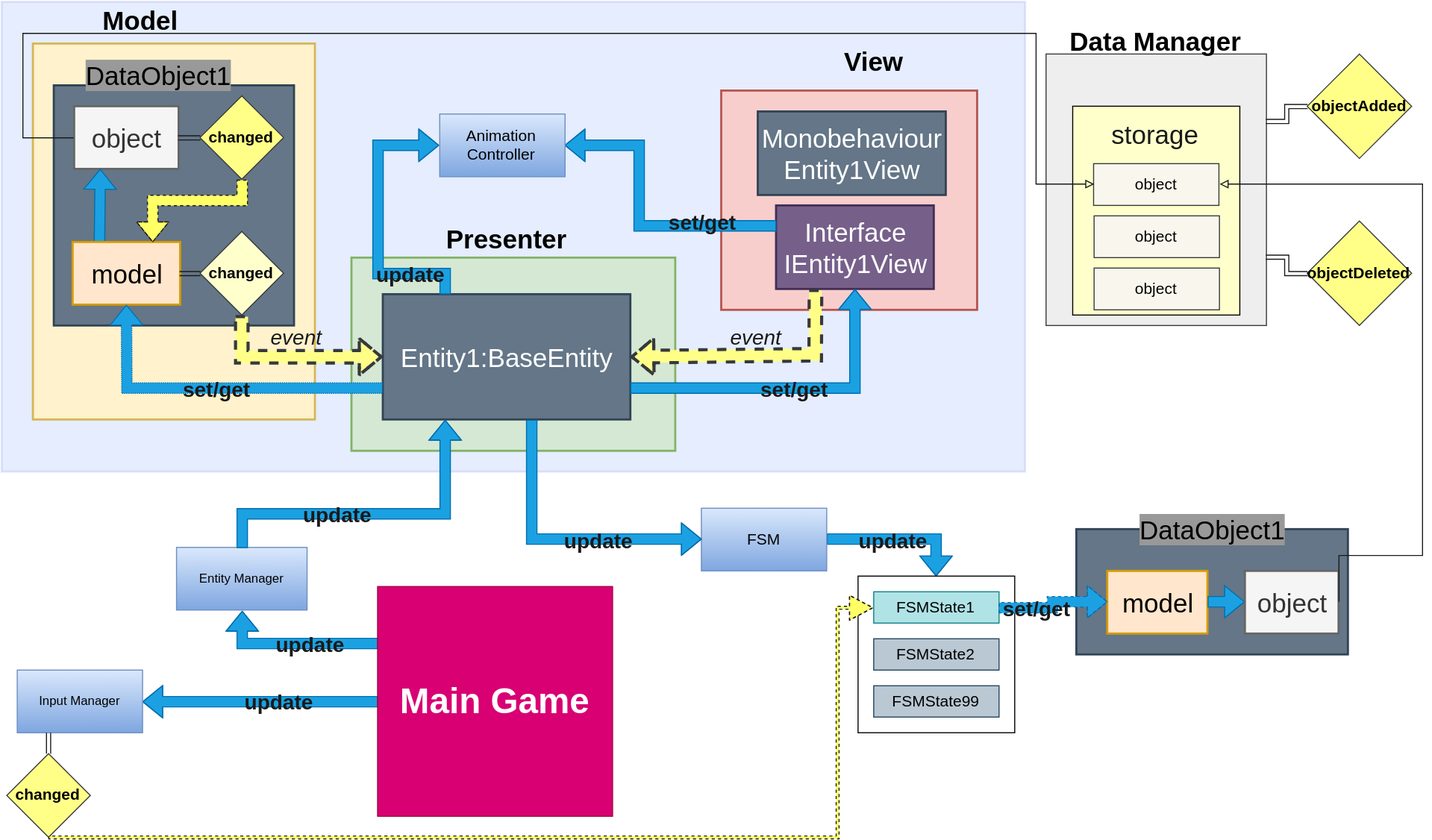
nakoff/3dRpg keeps this draw.io diagram as project_diagram.svg. Above is the earlier version. Source tidied: cells renumbered, new cells last; positions are measured from the earlier drawing's top-left corner, leaving out a move shared by most shapes.
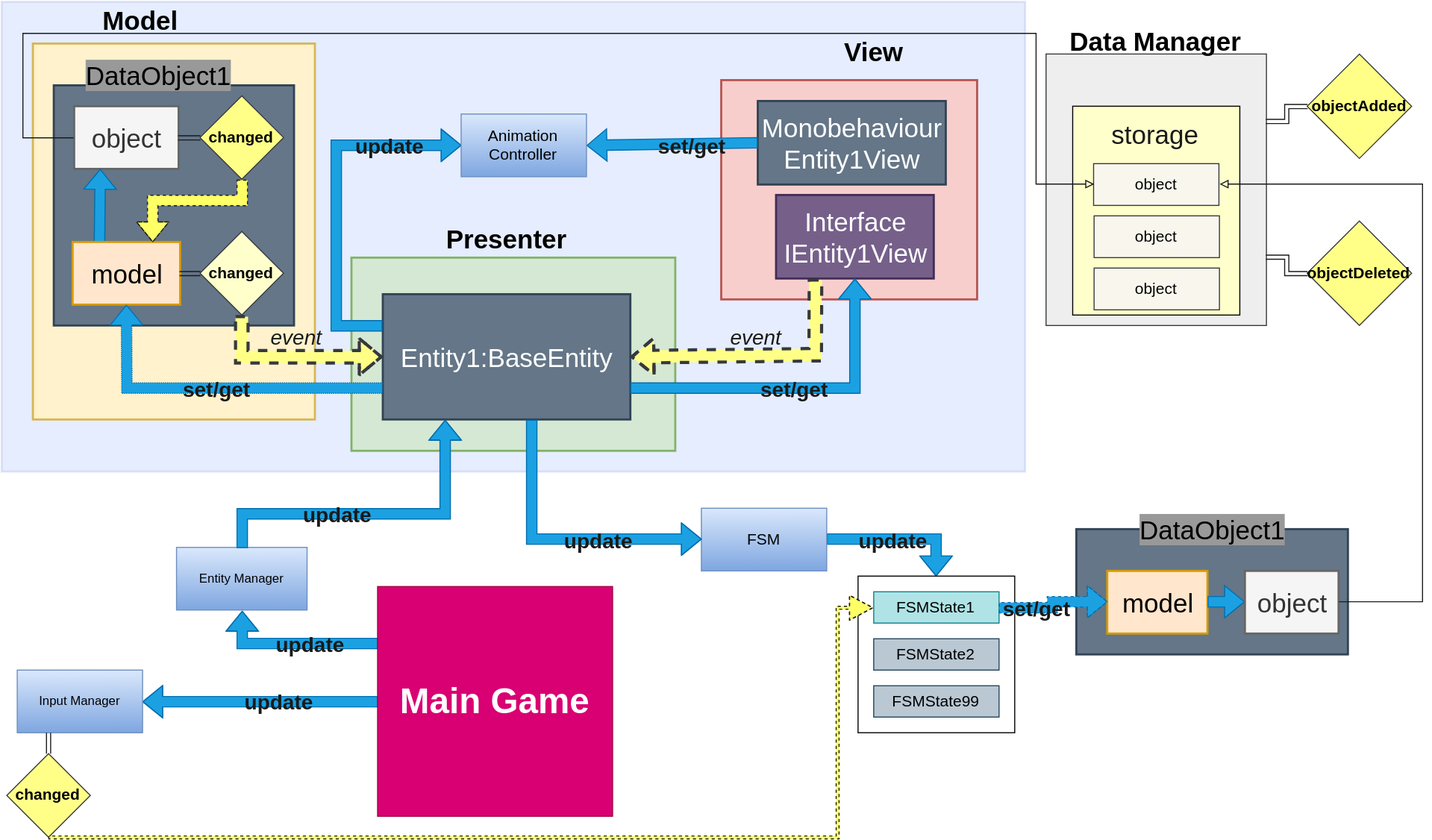
The same diagram one commit later.

The edit, as a diff of the source:
```diff
@@ -130,7 +130,7 @@
       <mxGeometry relative="1" as="geometry" />
     </mxCell>
     <mxCell id="39" style="group;" parent="1" vertex="1">
-      <mxGeometry x="689" y="40" width="245" height="255" as="geometry" />
+      <mxGeometry x="689" y="30" width="245" height="255" as="geometry" />
     </mxCell>
     <mxCell id="40" style="rounded=0;whiteSpace=wrap;html=1;labelBackgroundColor=none;strokeColor=#b85450;strokeWidth=2;fillColor=#f8cecc;fontSize=25;" parent="39" vertex="1">
       <mxGeometry y="45" width="245" height="210" as="geometry" />
@@ -235,7 +235,7 @@
     <mxCell id="68" style="edgeStyle=orthogonalEdgeStyle;rounded=0;jettySize=auto;html=1;exitX=1;exitY=0.5;exitDx=0;exitDy=0;entryX=1;entryY=0.5;entryDx=0;entryDy=0;startArrow=none;startFill=0;endArrow=block;endFill=0;strokeColor=#1A1A1A;strokeWidth=1;fillColor=#FFFF66;gradientColor=none;fontSize=25;fontColor=#1A1A1A;" parent="1" edge="1" source="56" target="30">
       <mxGeometry relative="1" as="geometry">
         <Array as="points">
-          <mxPoint x="1360" y="530" />
+          <mxPoint x="1360" y="575" />
           <mxPoint x="1360" y="175" />
         </Array>
       </mxGeometry>
@@ -278,12 +278,11 @@
         <mxPoint x="41" as="offset" />
       </mxGeometry>
     </mxCell>
-    <mxCell id="75" style="edgeStyle=orthogonalEdgeStyle;shape=flexArrow;rounded=0;jettySize=auto;html=1;exitX=0.25;exitY=0;exitDx=0;exitDy=0;entryX=0;entryY=0.5;entryDx=0;entryDy=0;startArrow=none;startFill=0;endArrow=block;endFill=0;strokeColor=#006EAF;fillColor=#1ba1e2;fontSize=15;fontColor=#1A1A1A;" parent="1" edge="1" source="61" target="86">
+    <mxCell id="75" style="edgeStyle=orthogonalEdgeStyle;shape=flexArrow;rounded=0;jettySize=auto;html=1;exitX=0;exitY=0.25;exitDx=0;exitDy=0;entryX=0;entryY=0.5;entryDx=0;entryDy=0;startArrow=none;startFill=0;endArrow=block;endFill=0;strokeColor=#006EAF;fillColor=#1ba1e2;fontSize=15;fontColor=#1A1A1A;" parent="1" edge="1" source="61" target="86">
       <mxGeometry relative="1" as="geometry">
         <Array as="points">
-          <mxPoint x="424" y="260" />
-          <mxPoint x="360" y="260" />
-          <mxPoint x="360" y="138" />
+          <mxPoint x="320" y="310" />
+          <mxPoint x="320" y="137" />
         </Array>
       </mxGeometry>
     </mxCell>
@@ -314,20 +313,15 @@
       </mxGeometry>
     </mxCell>
     <mxCell id="81" value="update" style="text;html=1;align=center;verticalAlign=middle;labelBackgroundColor=none;fontSize=20;fontColor=#1A1A1A;fontStyle=1;" parent="1" vertex="1">
-      <mxGeometry x="350" y="260" as="geometry">
+      <mxGeometry x="330" y="137.5" as="geometry">
         <mxPoint x="41" as="offset" />
       </mxGeometry>
     </mxCell>
-    <mxCell id="82" style="edgeStyle=orthogonalEdgeStyle;rounded=0;jettySize=auto;html=1;exitX=0;exitY=0.25;exitDx=0;exitDy=0;entryX=1;entryY=0.5;entryDx=0;entryDy=0;shape=flexArrow;fillColor=#1ba1e2;strokeColor=#006EAF;" parent="1" edge="1" source="42" target="86">
-      <mxGeometry relative="1" as="geometry">
-        <Array as="points">
-          <mxPoint x="610" y="215" />
-          <mxPoint x="610" y="138" />
-        </Array>
-      </mxGeometry>
+    <mxCell id="82" style="rounded=0;jettySize=auto;html=1;exitX=0;exitY=0.5;exitDx=0;exitDy=0;entryX=1;entryY=0.5;entryDx=0;entryDy=0;shape=flexArrow;fillColor=#1ba1e2;strokeColor=#006EAF;" parent="1" edge="1" source="41" target="86">
+      <mxGeometry relative="1" as="geometry" />
     </mxCell>
     <mxCell id="83" value="set/get" style="text;html=1;align=center;verticalAlign=middle;labelBackgroundColor=none;fontSize=20;fontColor=#1A1A1A;fontStyle=1;" parent="1" vertex="1">
-      <mxGeometry x="630" y="210" as="geometry">
+      <mxGeometry x="620" y="137.5" as="geometry">
         <mxPoint x="41" as="offset" />
       </mxGeometry>
     </mxCell>
@@ -338,7 +332,7 @@
       <mxGeometry relative="1" as="geometry" />
     </mxCell>
     <mxCell id="86" value="Animation Controller" style="rounded=0;whiteSpace=wrap;html=1;labelBackgroundColor=none;fontSize=15;gradientColor=#7ea6e0;fillColor=#dae8fc;strokeColor=#6c8ebf;" parent="1" vertex="1">
-      <mxGeometry x="419.5" y="107.5" width="120" height="60" as="geometry" />
+      <mxGeometry x="440" y="107.5" width="120" height="60" as="geometry" />
     </mxCell>
   </root>
 </mxGraphModel>
```
